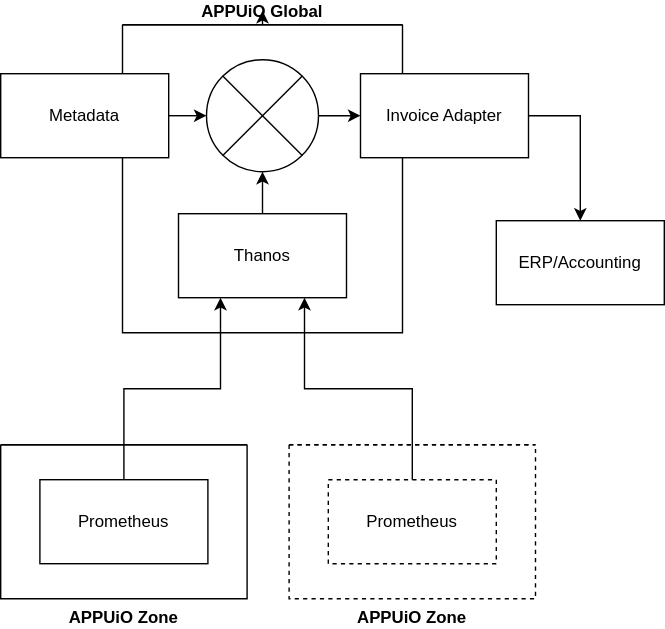
appuio/appuio-io-docs keeps this draw.io diagram as docs/modules/ROOT/assets/images/system/metering-invoicing.drawio.svg. Above is the earlier version. Source tidied: cells renumbered, new cells last; positions are measured from the earlier drawing's top-left corner, leaving out a move shared by most shapes. The source it was exported from:
```xml
<mxGraphModel>
  <root>
    <mxCell id="0" />
    <mxCell id="1" parent="0" />
    <mxCell id="2" style="edgeStyle=orthogonalEdgeStyle;rounded=0;jettySize=auto;html=1;exitX=0.5;exitY=0;exitDx=0;exitDy=0;" parent="1" edge="1" source="3">
      <mxGeometry relative="1" as="geometry">
        <mxPoint x="187" as="targetPoint" />
      </mxGeometry>
    </mxCell>
    <mxCell id="3" value="APPUiO Global" style="swimlane;startSize=0;labelPosition=center;verticalLabelPosition=top;align=center;verticalAlign=bottom;" parent="1" vertex="1">
      <mxGeometry x="87" y="10" width="200" height="220" as="geometry" />
    </mxCell>
    <mxCell id="4" style="edgeStyle=orthogonalEdgeStyle;rounded=0;jettySize=auto;html=1;exitX=0.5;exitY=0;exitDx=0;exitDy=0;entryX=0.5;entryY=1;entryDx=0;entryDy=0;" parent="3" edge="1" source="5" target="6">
      <mxGeometry relative="1" as="geometry" />
    </mxCell>
    <mxCell id="5" value="Thanos" style="rounded=0;whiteSpace=wrap;html=1;" parent="3" vertex="1">
      <mxGeometry x="40" y="135" width="120" height="60" as="geometry" />
    </mxCell>
    <mxCell id="6" style="shape=sumEllipse;perimeter=ellipsePerimeter;whiteSpace=wrap;html=1;backgroundOutline=1;" parent="3" vertex="1">
      <mxGeometry x="60" y="25" width="80" height="80" as="geometry" />
    </mxCell>
    <mxCell id="7" value="APPUiO Zone" style="swimlane;startSize=0;labelPosition=center;verticalLabelPosition=bottom;align=center;verticalAlign=top;" parent="1" vertex="1">
      <mxGeometry y="310" width="176" height="110" as="geometry" />
    </mxCell>
    <mxCell id="8" value="Prometheus" style="rounded=0;whiteSpace=wrap;html=1;" parent="7" vertex="1">
      <mxGeometry x="28" y="25" width="120" height="60" as="geometry" />
    </mxCell>
    <mxCell id="9" style="edgeStyle=orthogonalEdgeStyle;rounded=0;jettySize=auto;html=1;exitX=0.5;exitY=0;exitDx=0;exitDy=0;entryX=0.25;entryY=1;entryDx=0;entryDy=0;" parent="1" edge="1" source="8" target="5">
      <mxGeometry relative="1" as="geometry" />
    </mxCell>
    <mxCell id="10" value="APPUiO Zone" style="swimlane;startSize=0;labelPosition=center;verticalLabelPosition=bottom;align=center;verticalAlign=top;dashed=1;" parent="1" vertex="1">
      <mxGeometry x="206" y="310" width="176" height="110" as="geometry" />
    </mxCell>
    <mxCell id="11" value="Prometheus" style="rounded=0;whiteSpace=wrap;html=1;dashed=1;" parent="10" vertex="1">
      <mxGeometry x="28" y="25" width="120" height="60" as="geometry" />
    </mxCell>
    <mxCell id="12" style="edgeStyle=orthogonalEdgeStyle;rounded=0;jettySize=auto;html=1;exitX=0.5;exitY=0;exitDx=0;exitDy=0;entryX=0.75;entryY=1;entryDx=0;entryDy=0;" parent="1" edge="1" source="11" target="5">
      <mxGeometry relative="1" as="geometry" />
    </mxCell>
    <mxCell id="13" style="edgeStyle=orthogonalEdgeStyle;rounded=0;jettySize=auto;html=1;exitX=1;exitY=0.5;exitDx=0;exitDy=0;entryX=0;entryY=0.5;entryDx=0;entryDy=0;" parent="1" edge="1" source="14" target="6">
      <mxGeometry relative="1" as="geometry" />
    </mxCell>
    <mxCell id="14" value="Metadata" style="rounded=0;whiteSpace=wrap;html=1;" parent="1" vertex="1">
      <mxGeometry y="45" width="120" height="60" as="geometry" />
    </mxCell>
    <mxCell id="15" style="edgeStyle=orthogonalEdgeStyle;rounded=0;jettySize=auto;html=1;exitX=1;exitY=0.5;exitDx=0;exitDy=0;entryX=0.5;entryY=0;entryDx=0;entryDy=0;" parent="1" edge="1" source="16" target="17">
      <mxGeometry relative="1" as="geometry" />
    </mxCell>
    <mxCell id="16" value="Invoice Adapter" style="rounded=0;whiteSpace=wrap;html=1;" parent="1" vertex="1">
      <mxGeometry x="257" y="45" width="120" height="60" as="geometry" />
    </mxCell>
    <mxCell id="17" value="ERP/Accounting" style="rounded=0;whiteSpace=wrap;html=1;" parent="1" vertex="1">
      <mxGeometry x="354" y="150" width="120" height="60" as="geometry" />
    </mxCell>
    <mxCell id="18" style="edgeStyle=orthogonalEdgeStyle;rounded=0;jettySize=auto;html=1;exitX=1;exitY=0.5;exitDx=0;exitDy=0;entryX=0;entryY=0.5;entryDx=0;entryDy=0;" parent="1" edge="1" source="6" target="16">
      <mxGeometry relative="1" as="geometry" />
    </mxCell>
  </root>
</mxGraphModel>
```
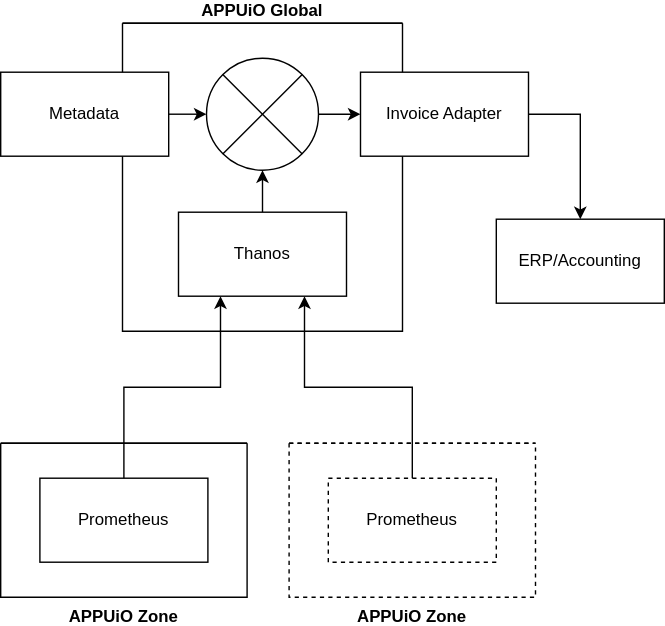
After the commit.

The edit, as a diff of the source:
```diff
@@ -2,11 +2,6 @@
   <root>
     <mxCell id="0" />
     <mxCell id="1" parent="0" />
-    <mxCell id="2" style="edgeStyle=orthogonalEdgeStyle;rounded=0;jettySize=auto;html=1;exitX=0.5;exitY=0;exitDx=0;exitDy=0;" parent="1" edge="1" source="3">
-      <mxGeometry relative="1" as="geometry">
-        <mxPoint x="187" as="targetPoint" />
-      </mxGeometry>
-    </mxCell>
     <mxCell id="3" value="APPUiO Global" style="swimlane;startSize=0;labelPosition=center;verticalLabelPosition=top;align=center;verticalAlign=bottom;" parent="1" vertex="1">
       <mxGeometry x="87" y="10" width="200" height="220" as="geometry" />
     </mxCell>
```
